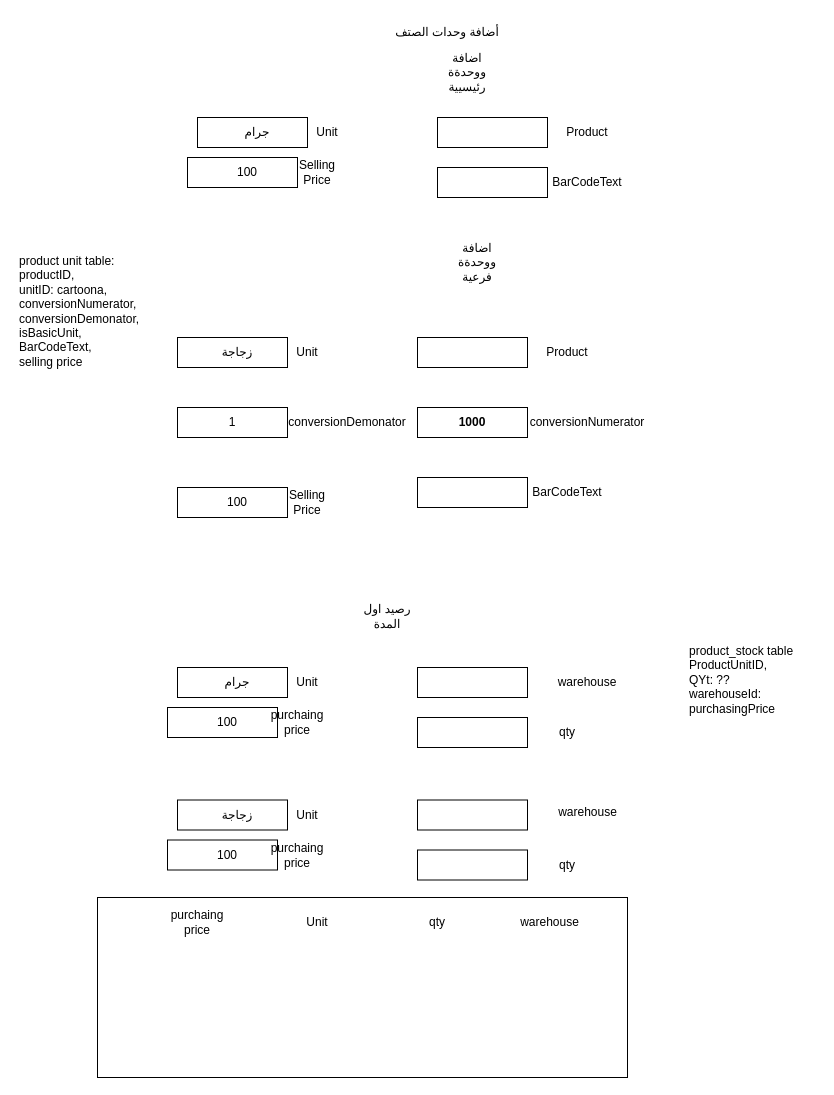
This is page "Page-1" (1 of 2) of Untitled Diagram.drawio from AhmadAyaad/2oly, a draw.io file, before an edit. Source tidied: cells renumbered, new cells numbered last; positions are measured from the earlier drawing's top-left corner, leaving out a move shared by most shapes. Both pictures are drawn from the tidied source at 100%, with x=0, y=0 at pixel (17, 17).
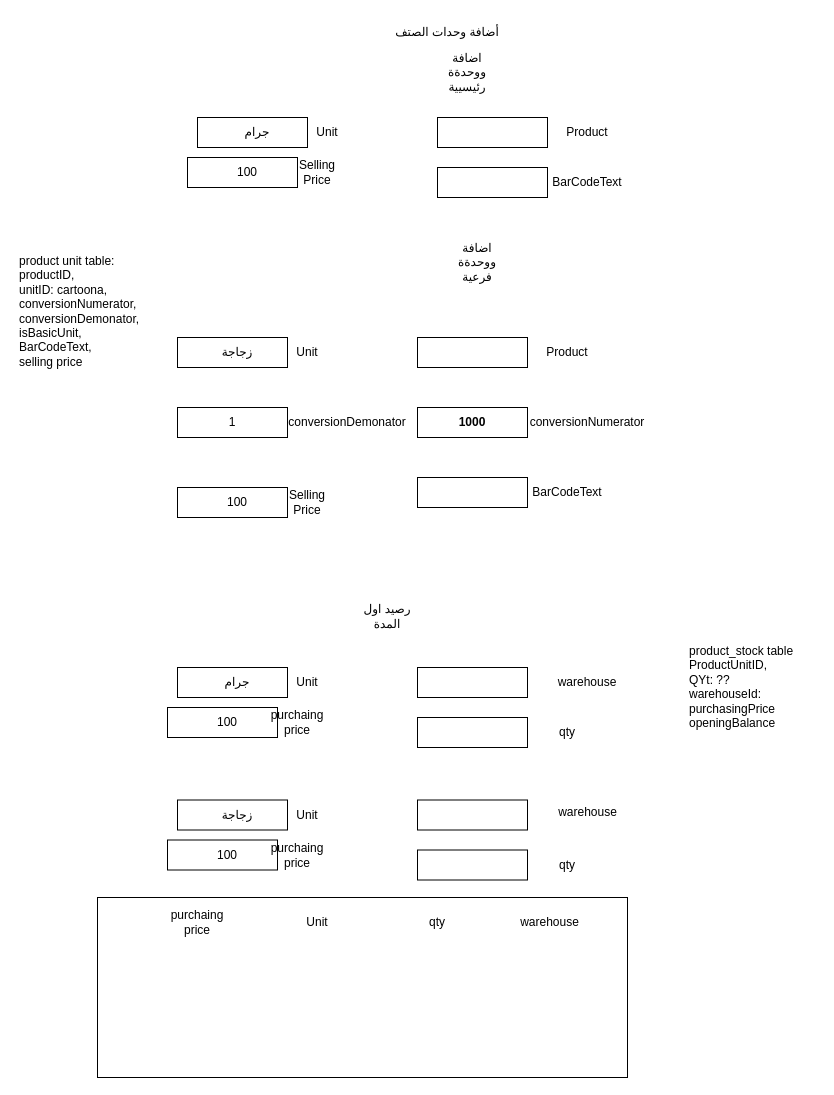
The same diagram, later.

Change to the diagram source:
```diff
@@
-    <mxCell id="57" value="product_stock table&lt;br&gt;ProductUnitID,&lt;br&gt;QYt: ??&lt;br&gt;warehouseId:&lt;br&gt;purchasingPrice" style="text;whiteSpace=wrap;html=1;" parent="1" vertex="1">
+    <mxCell id="57" value="product_stock table&lt;br&gt;ProductUnitID,&lt;br&gt;QYt: ??&lt;br&gt;warehouseId:&lt;br&gt;purchasingPrice&lt;br&gt;openingBalance&lt;br&gt;" style="text;whiteSpace=wrap;html=1;" parent="1" vertex="1">
       <mxGeometry x="670" y="620" width="130" height="130" as="geometry" />
     </mxCell>
```
